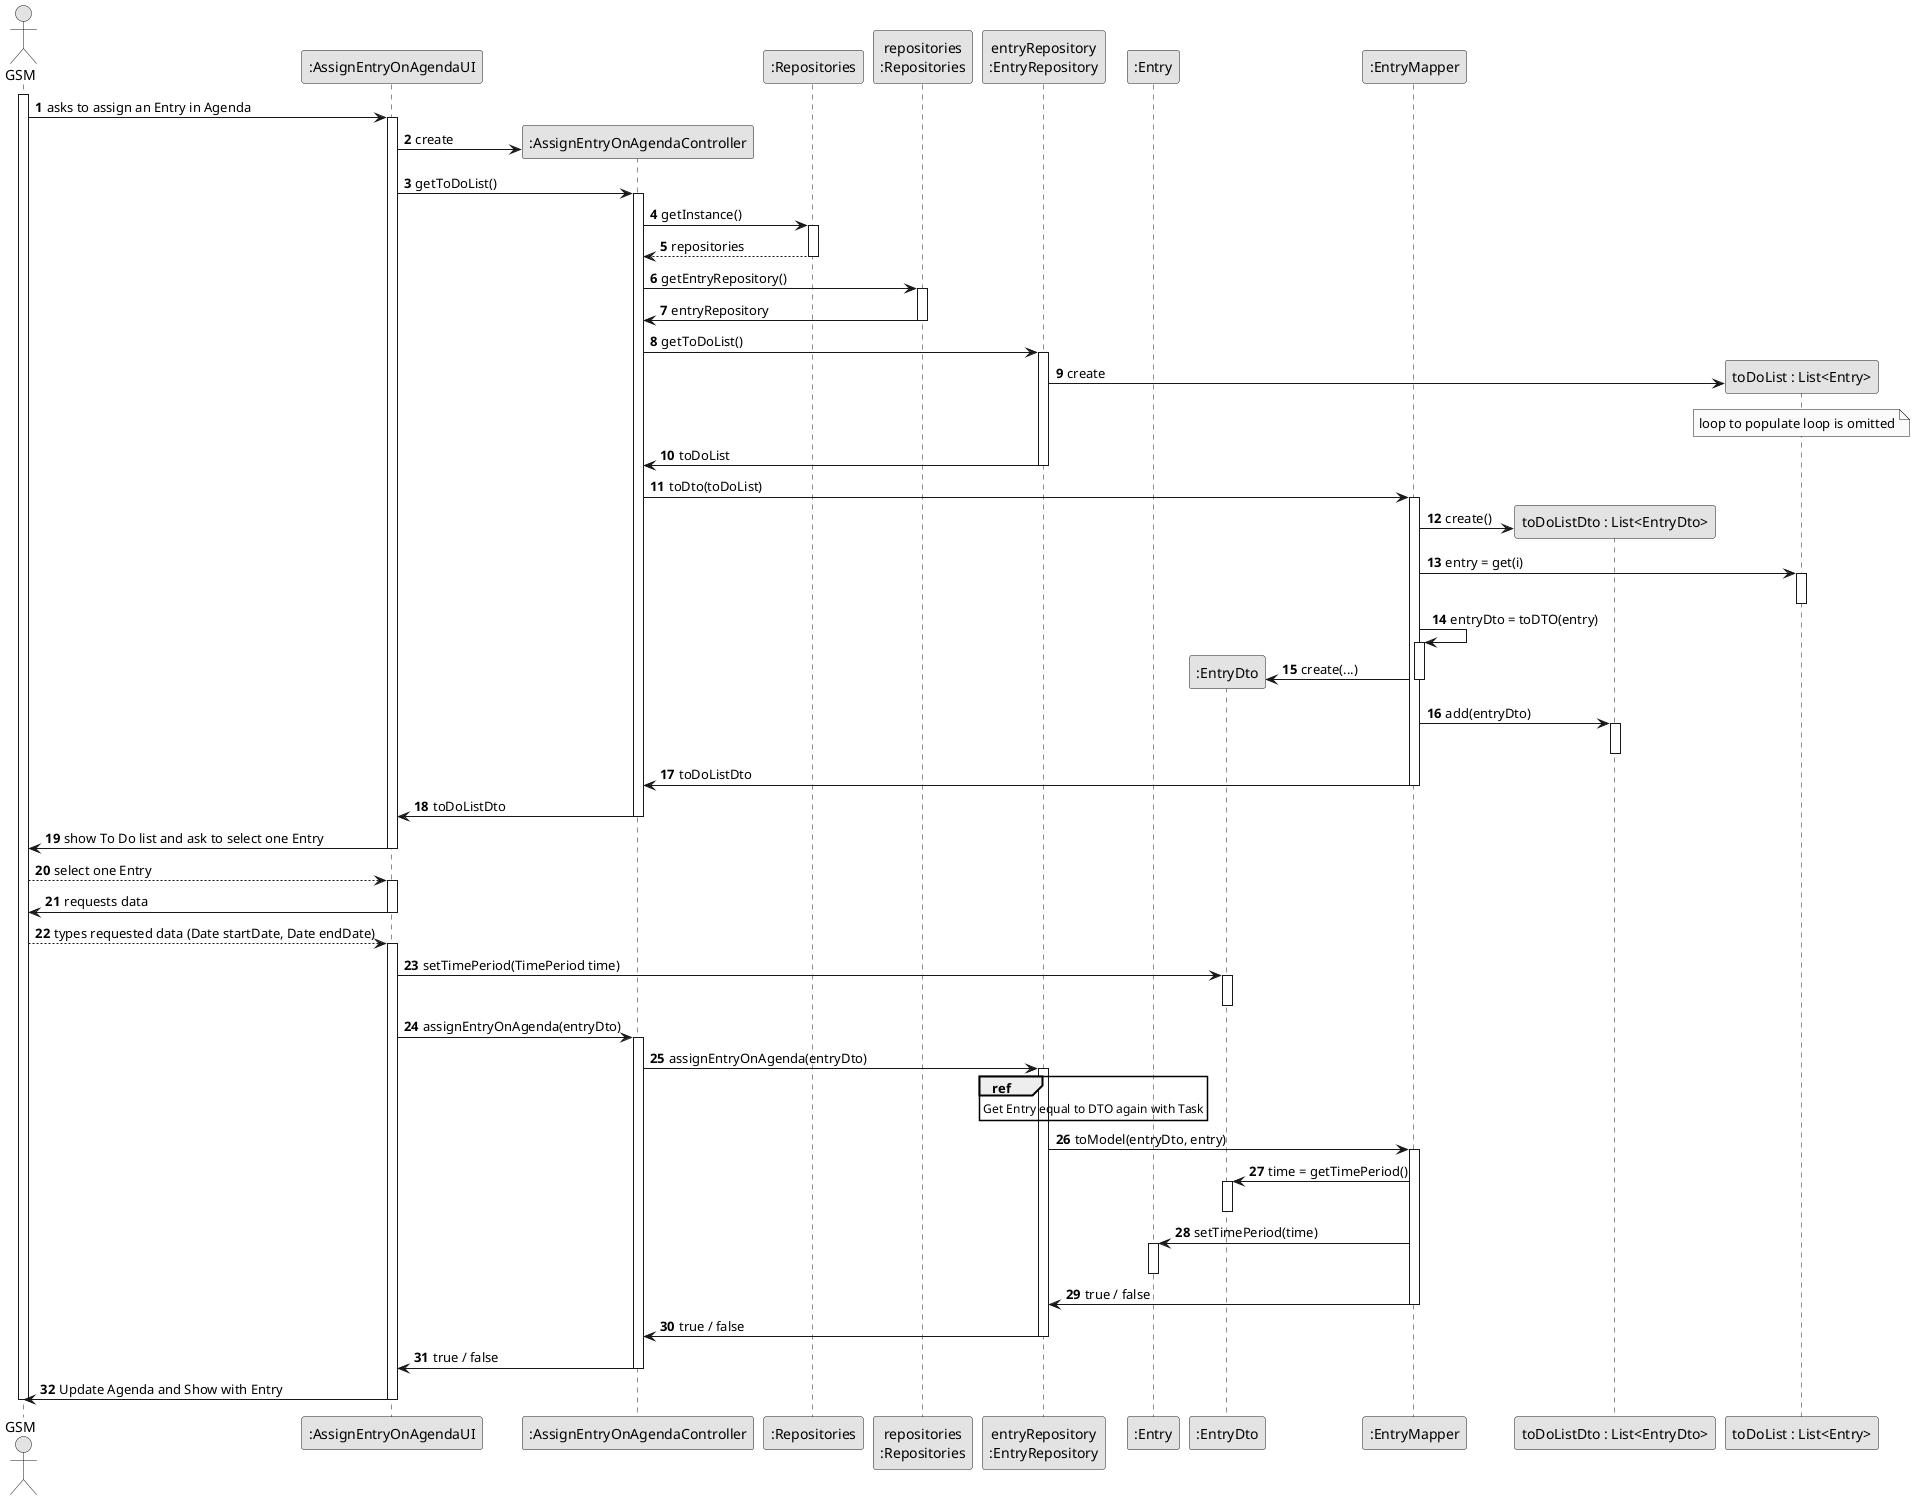
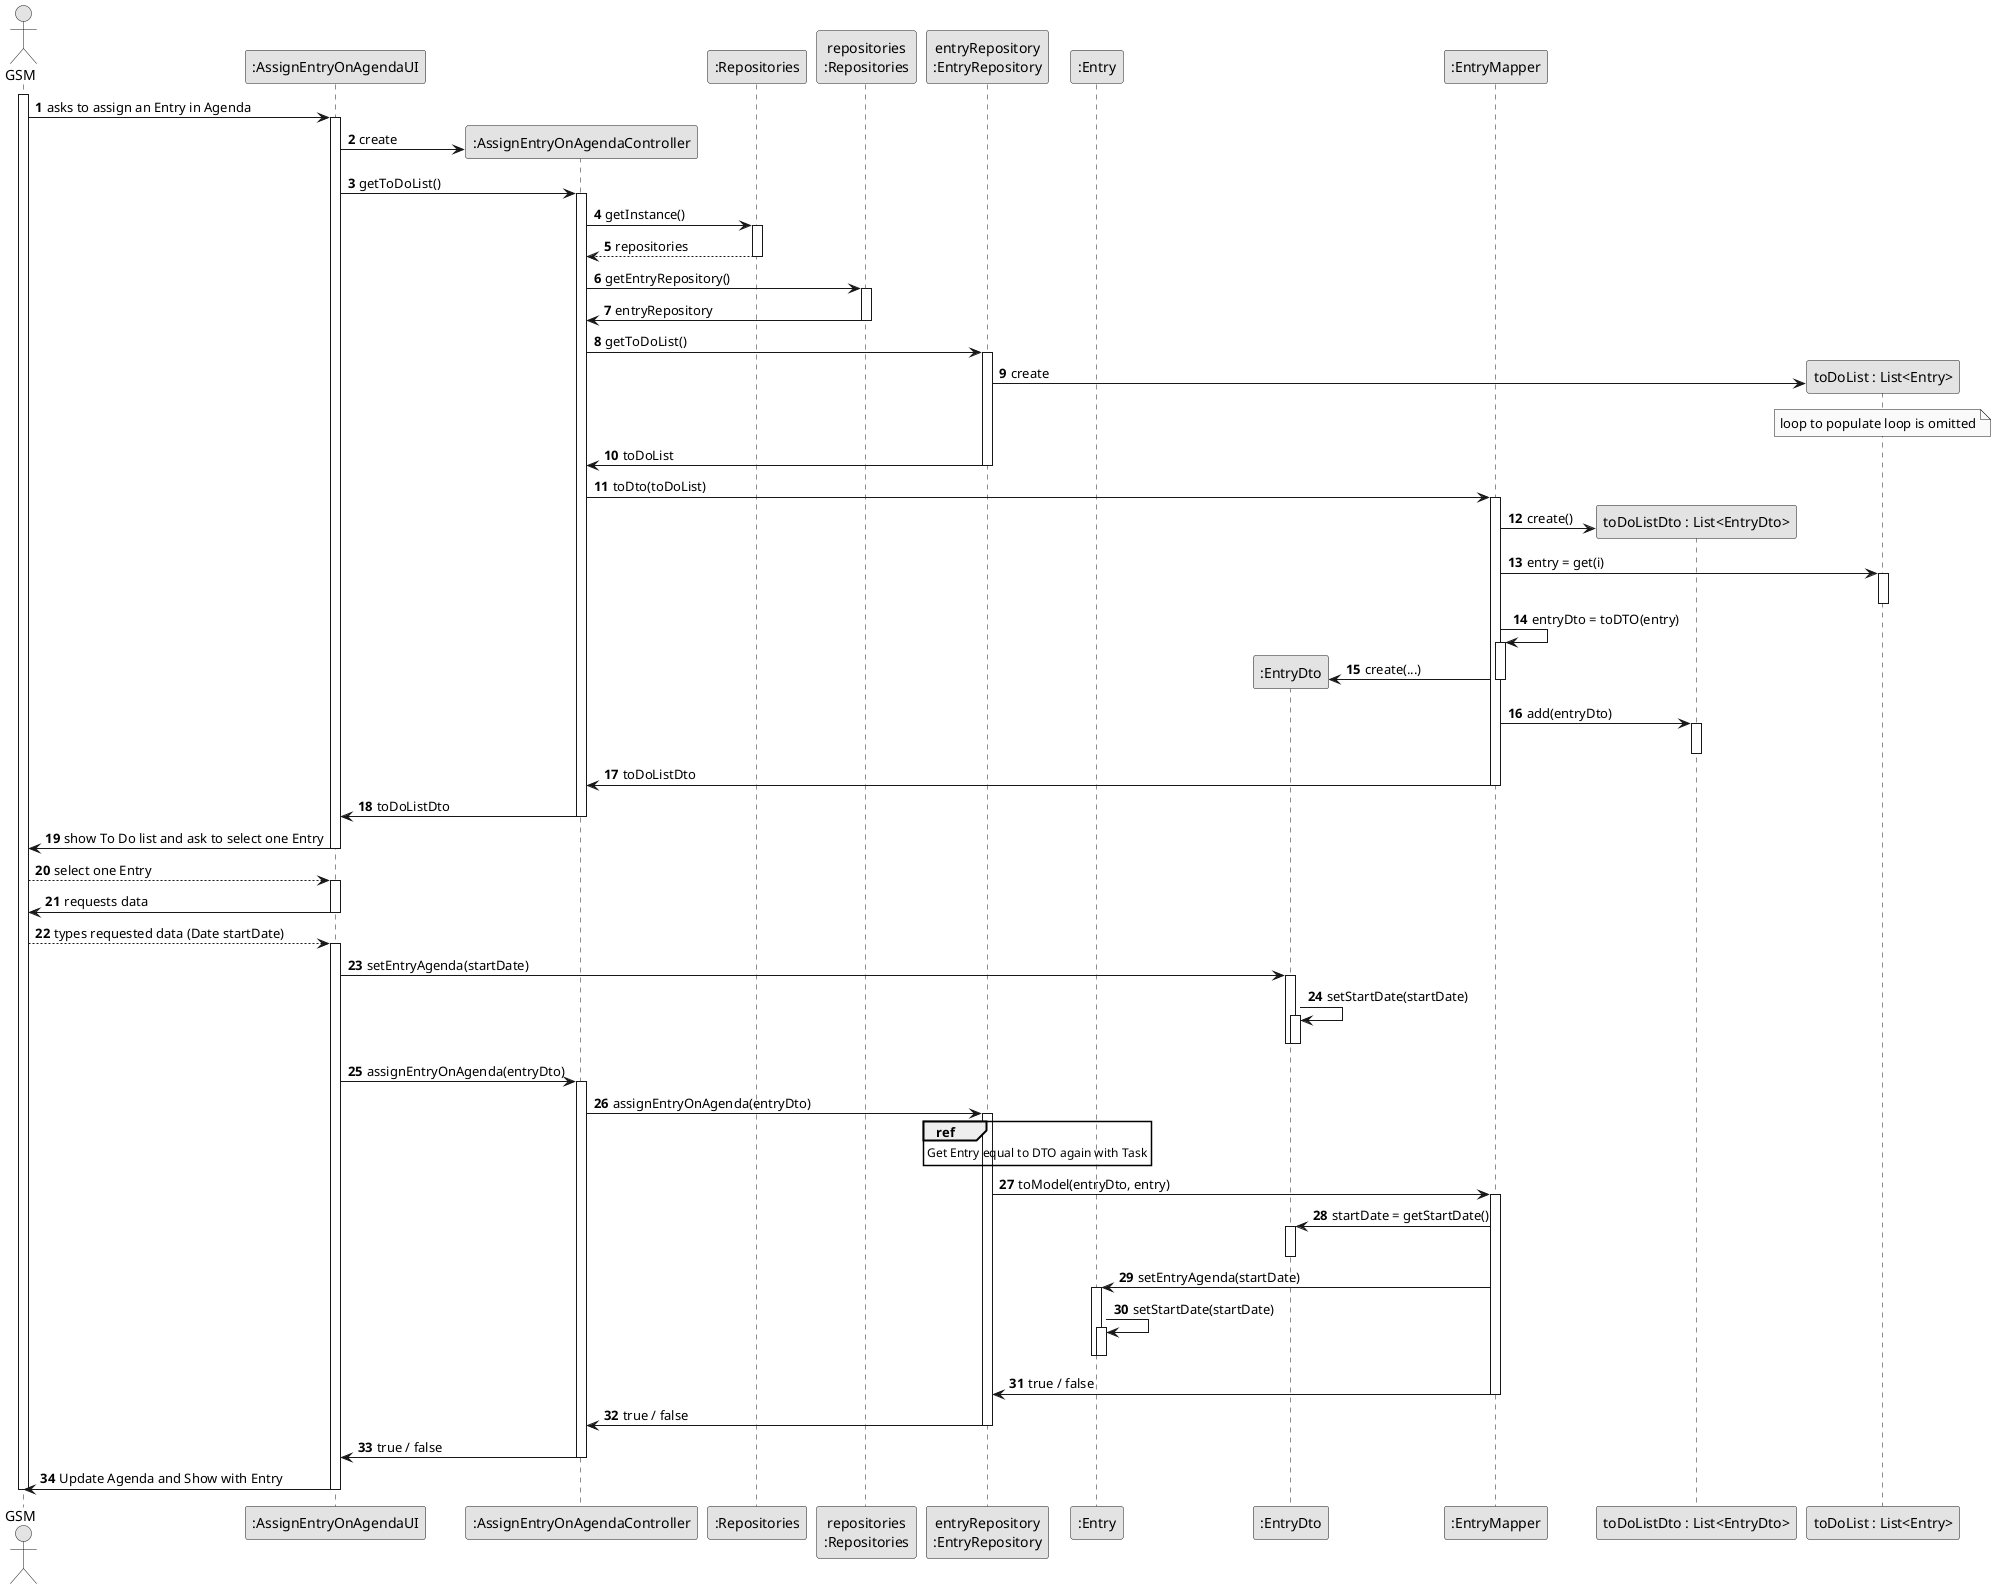
@startuml
skinparam monochrome true
skinparam packageStyle rectangle
skinparam shadowing false

autonumber

'hide footbox
actor "GSM" as GSM
participant ":AssignEntryOnAgendaUI" as UI
participant ":AssignEntryOnAgendaController" as CTRL
participant ":Repositories" as RepositorySingleton
participant "repositories\n:Repositories" as PLAT
participant "entryRepository\n:EntryRepository" as EntryRepository
participant ":Entry" as OBJ
participant ":EntryDto" as DTO
participant ":EntryMapper" as MAPPER
participant "toDoListDto : List<EntryDto>" as ListDTO
participant "toDoList : List<Entry>" as List


activate GSM

        GSM -> UI : asks to assign an Entry in Agenda

        activate UI

'            UI --> GSM : requests data (reference, description,  informal \n description, technical description, duration, cost)
            'create CTRL
            UI -> CTRL** : create

            UI -> CTRL : getToDoList()
            activate CTRL

             CTRL -> RepositorySingleton : getInstance()
                                        activate RepositorySingleton

                                            RepositorySingleton --> CTRL: repositories
                                        deactivate RepositorySingleton

                                        CTRL -> PLAT : getEntryRepository()
                                        activate PLAT

                                        PLAT -> CTRL : entryRepository
                                        deactivate PLAT

                                        CTRL -> EntryRepository : getToDoList()
                                        activate EntryRepository



                                        EntryRepository -> List** : create

                                        note over List : loop to populate loop is omitted



                                        EntryRepository -> CTRL : toDoList
                                        deactivate EntryRepository

                                        CTRL -> MAPPER : toDto(toDoList)
                                        activate MAPPER

                                        MAPPER -> ListDTO** : create()

                                        MAPPER -> List : entry = get(i)
                                        activate List
                                        deactivate List

                                        MAPPER -> MAPPER : entryDto = toDTO(entry)
                                        activate MAPPER

                                        MAPPER -> DTO**  : create(...)
                                        deactivate MAPPER

                                        MAPPER -> ListDTO : add(entryDto)
                                        activate ListDTO
                                        deactivate ListDTO

                                        MAPPER -> CTRL : toDoListDto
                                        deactivate MAPPER

            CTRL -> UI : toDoListDto
            deactivate CTRL

            UI -> GSM : show To Do list and ask to select one Entry
            deactivate UI

            GSM --> UI : select one Entry
            activate UI

            UI -> GSM : requests data
            deactivate UI

-             GSM --> UI : types requested data (Date startDate, Date endDate)
+             GSM --> UI : types requested data (Date startDate)
            activate UI

-             UI-> DTO : setTimePeriod(TimePeriod time)
+             UI -> DTO : setEntryAgenda(startDate)
+             activate DTO
+             DTO -> DTO : setStartDate(startDate)
            activate DTO
            deactivate DTO
+ 
+             deactivate DTO
+ 

            UI -> CTRL : assignEntryOnAgenda(entryDto)
            activate CTRL

            CTRL -> EntryRepository : assignEntryOnAgenda(entryDto)
            activate EntryRepository

            ref over EntryRepository: Get Entry equal to DTO again with Task

            EntryRepository -> MAPPER : toModel(entryDto, entry)
            activate MAPPER

-             MAPPER -> DTO : time = getTimePeriod()
+             MAPPER -> DTO : startDate = getStartDate()
            activate DTO
            deactivate DTO

-             MAPPER -> OBJ : setTimePeriod(time)
+ 
+             MAPPER -> OBJ : setEntryAgenda(startDate)
+             activate OBJ
+             OBJ -> OBJ : setStartDate(startDate)
            activate OBJ
            deactivate OBJ
+ 
+             deactivate OBJ
+ 

            MAPPER -> EntryRepository : true / false
            deactivate MAPPER

            EntryRepository -> CTRL : true / false
            deactivate EntryRepository

            CTRL -> UI : true / false
            deactivate CTRL

    UI -> GSM : Update Agenda and Show with Entry
    deactivate UI

deactivate GSM

@enduml